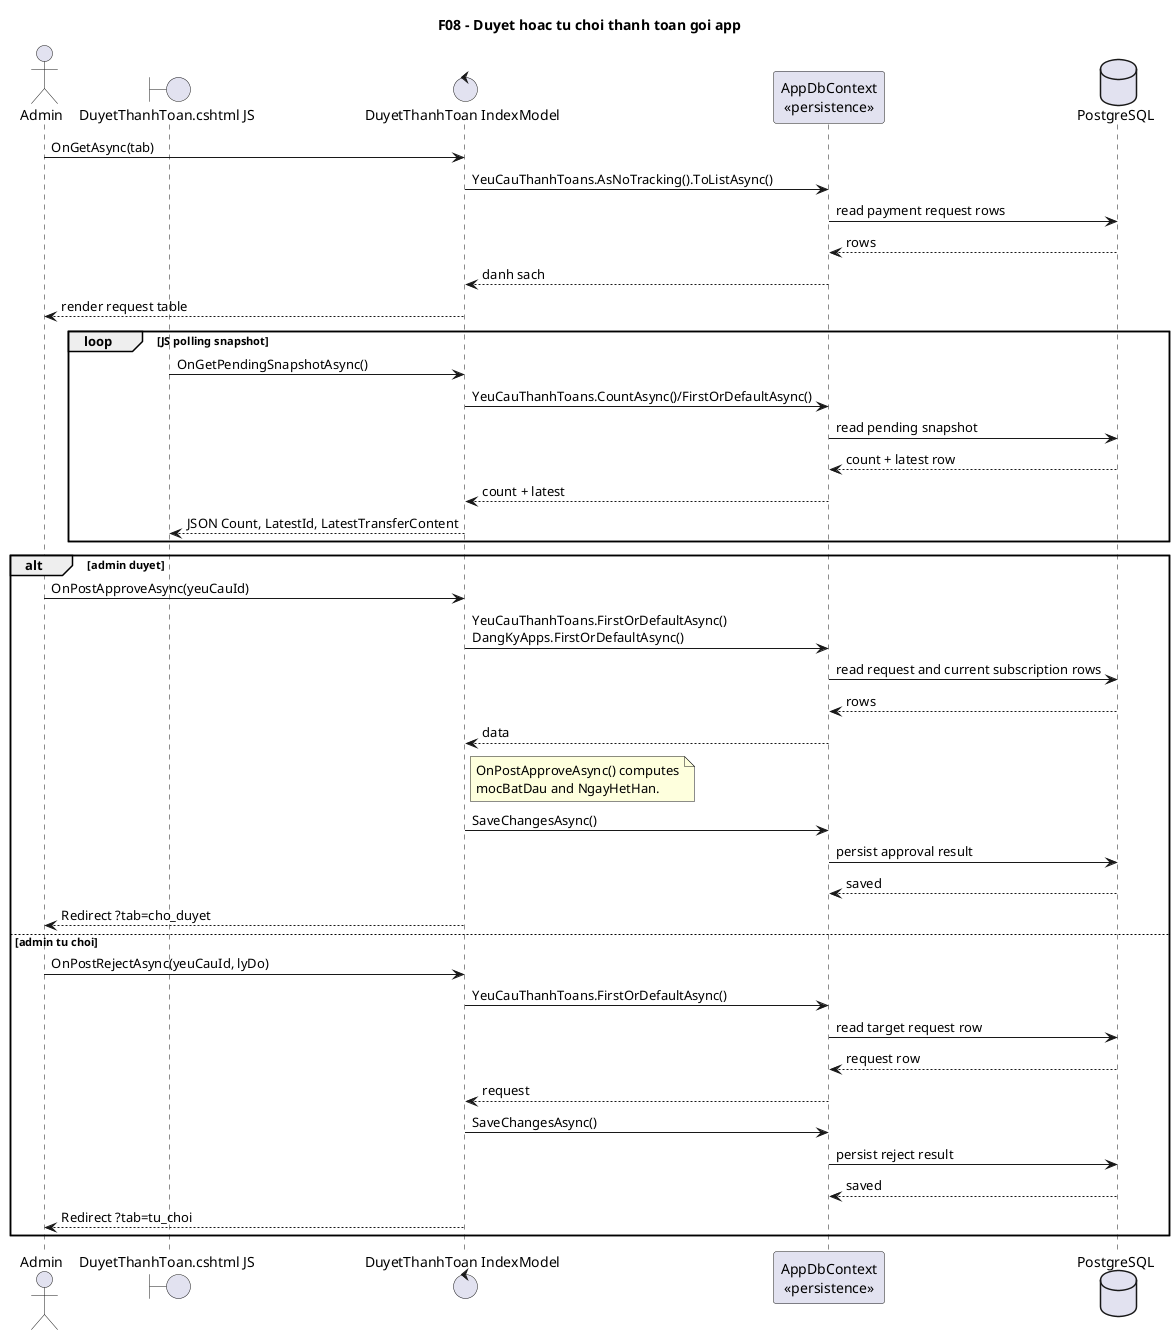
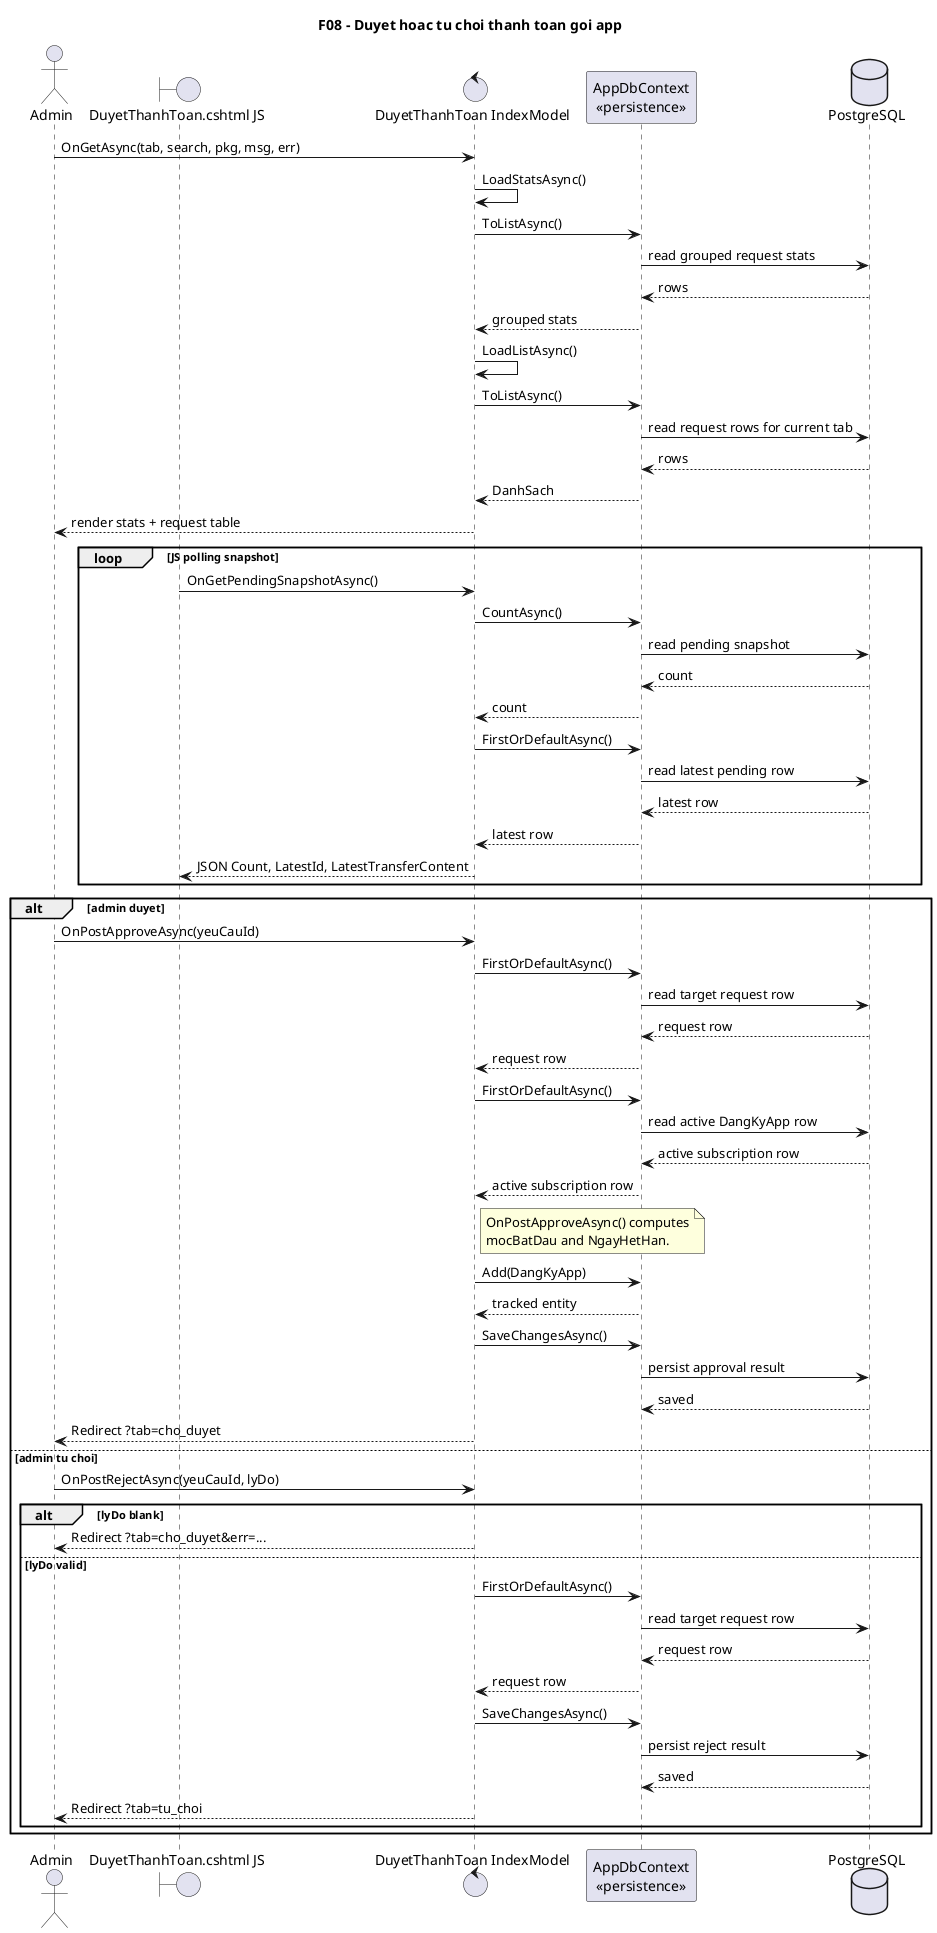
@startuml
' Diagram: F08 - Duyet hoac tu choi thanh toan goi app (Sequence)
' Status: VERIFIED
- ' Baseline: branch master, current worktree @ HEAD 0121e4f
+ ' Baseline: HEAD 8ca9ec7
' Source:
- ' - VinhKhanhTour.CMS/Pages/DuyetThanhToan/Index.cshtml.cs: OnGetAsync(), OnGetPendingSnapshotAsync(), OnPostApproveAsync(), OnPostRejectAsync()
+ ' - VinhKhanhTour.CMS/Pages/DuyetThanhToan/Index.cshtml.cs: OnGetAsync(), LoadStatsAsync(), LoadListAsync(), OnGetPendingSnapshotAsync(), OnPostApproveAsync(), OnPostRejectAsync()
' - VinhKhanhTour.CMS/Pages/DuyetThanhToan/Index.cshtml: polling PendingSnapshot
' - VinhKhanhTour.API/Models/YeuCauThanhToan.cs
' - VinhKhanhTour.API/Models/DangKyApp.cs
- ' Note: Sequence khop voi PageModel hien tai, gom snapshot polling, approve, reject, va redirect theo tab.
- ' Note: Sequence chi mo ta handler/PageModel/AppDbContext/PostgreSQL o cap hanh vi; khong liet ke cau SQL.
+ ' Note: Sequence da doi ve dung owner method cua PageModel, bo nhan vat helper gia, va bo sung nhanh lyDo bat buoc khi reject.
+ ' Note: Sequence khong liet ke cau SQL; chi the hien handler, helper method, va thao tac persistence chinh.
title F08 - Duyet hoac tu choi thanh toan goi app

actor Admin
boundary "DuyetThanhToan.cshtml JS" as JS
control "DuyetThanhToan IndexModel" as IndexModel
participant "AppDbContext\n<<persistence>>" as DbContext
database "PostgreSQL" as DB

- Admin -> IndexModel: OnGetAsync(tab)
- IndexModel -> DbContext: YeuCauThanhToans.AsNoTracking().ToListAsync()
- DbContext -> DB: read payment request rows
+ Admin -> IndexModel: OnGetAsync(tab, search, pkg, msg, err)
+ IndexModel -> IndexModel: LoadStatsAsync()
+ IndexModel -> DbContext: ToListAsync()
+ DbContext -> DB: read grouped request stats
DB --> DbContext: rows
- DbContext --> IndexModel: danh sach
- IndexModel --> Admin: render request table
+ DbContext --> IndexModel: grouped stats
+ IndexModel -> IndexModel: LoadListAsync()
+ IndexModel -> DbContext: ToListAsync()
+ DbContext -> DB: read request rows for current tab
+ DB --> DbContext: rows
+ DbContext --> IndexModel: DanhSach
+ IndexModel --> Admin: render stats + request table

loop JS polling snapshot
  JS -> IndexModel: OnGetPendingSnapshotAsync()
-   IndexModel -> DbContext: YeuCauThanhToans.CountAsync()/FirstOrDefaultAsync()
+   IndexModel -> DbContext: CountAsync()
  DbContext -> DB: read pending snapshot
-   DB --> DbContext: count + latest row
-   DbContext --> IndexModel: count + latest
+   DB --> DbContext: count
+   DbContext --> IndexModel: count
+   IndexModel -> DbContext: FirstOrDefaultAsync()
+   DbContext -> DB: read latest pending row
+   DB --> DbContext: latest row
+   DbContext --> IndexModel: latest row
  IndexModel --> JS: JSON Count, LatestId, LatestTransferContent
end

alt admin duyet
  Admin -> IndexModel: OnPostApproveAsync(yeuCauId)
-   IndexModel -> DbContext: YeuCauThanhToans.FirstOrDefaultAsync()\nDangKyApps.FirstOrDefaultAsync()
-   DbContext -> DB: read request and current subscription rows
-   DB --> DbContext: rows
-   DbContext --> IndexModel: data
+   IndexModel -> DbContext: FirstOrDefaultAsync()
+   DbContext -> DB: read target request row
+   DB --> DbContext: request row
+   DbContext --> IndexModel: request row
+   IndexModel -> DbContext: FirstOrDefaultAsync()
+   DbContext -> DB: read active DangKyApp row
+   DB --> DbContext: active subscription row
+   DbContext --> IndexModel: active subscription row
  note right of IndexModel
    OnPostApproveAsync() computes
    mocBatDau and NgayHetHan.
  end note
+   IndexModel -> DbContext: Add(DangKyApp)
+   DbContext --> IndexModel: tracked entity
  IndexModel -> DbContext: SaveChangesAsync()
  DbContext -> DB: persist approval result
  DB --> DbContext: saved
  IndexModel --> Admin: Redirect ?tab=cho_duyet
else admin tu choi
  Admin -> IndexModel: OnPostRejectAsync(yeuCauId, lyDo)
-   IndexModel -> DbContext: YeuCauThanhToans.FirstOrDefaultAsync()
-   DbContext -> DB: read target request row
-   DB --> DbContext: request row
-   DbContext --> IndexModel: request
-   IndexModel -> DbContext: SaveChangesAsync()
-   DbContext -> DB: persist reject result
-   DB --> DbContext: saved
-   IndexModel --> Admin: Redirect ?tab=tu_choi
+   alt lyDo blank
+     IndexModel --> Admin: Redirect ?tab=cho_duyet&err=...
+   else lyDo valid
+     IndexModel -> DbContext: FirstOrDefaultAsync()
+     DbContext -> DB: read target request row
+     DB --> DbContext: request row
+     DbContext --> IndexModel: request row
+     IndexModel -> DbContext: SaveChangesAsync()
+     DbContext -> DB: persist reject result
+     DB --> DbContext: saved
+     IndexModel --> Admin: Redirect ?tab=tu_choi
+   end
end
@enduml
